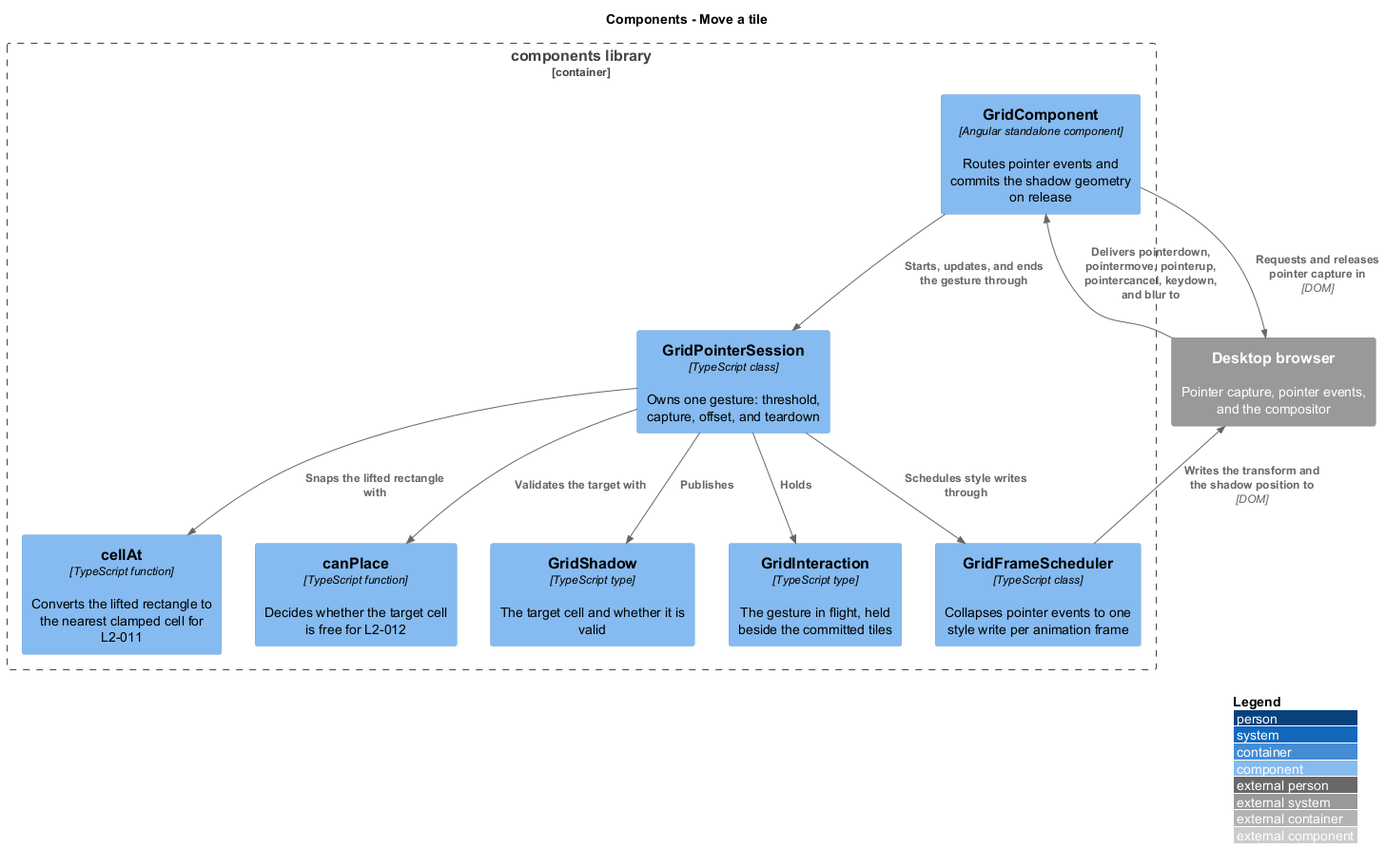
Earlier version of the PlantUML export docs/detailed-designs/tile-interaction/move-a-tile/diagrams/c4-component.png (QuinntyneBrown/qbc-grid). Source of this version:
```plantuml
@startuml
!include <C4/C4_Component>
LAYOUT_WITH_LEGEND()
title Components - Move a tile

Container_Boundary(components, "components library") {
  Component(grid, "GridComponent", "Angular standalone component", "Routes pointer events and commits the shadow geometry on release")
  Component(session, "GridPointerSession", "TypeScript class", "Owns one gesture: threshold, capture, offset, and teardown")
  Component(scheduler, "GridFrameScheduler", "TypeScript class", "Collapses pointer events to one style write per animation frame")
  Component(cellat, "cellAt", "TypeScript function", "Converts the lifted rectangle to the nearest clamped cell for L2-011")
  Component(canplace, "canPlace", "TypeScript function", "Decides whether the target cell is free for L2-012")
  Component(shadow, "GridShadow", "TypeScript type", "The target cell and whether it is valid")
  Component(interaction, "GridInteraction", "TypeScript type", "The gesture in flight, held beside the committed tiles")
}

System_Ext(browser, "Desktop browser", "Pointer capture, pointer events, and the compositor")

Rel(browser, grid, "Delivers pointerdown, pointermove, pointerup, pointercancel, keydown, and blur to")
Rel(grid, session, "Starts, updates, and ends the gesture through")
Rel(session, interaction, "Holds")
Rel(session, scheduler, "Schedules style writes through")
Rel(session, cellat, "Snaps the lifted rectangle with")
Rel(session, canplace, "Validates the target with")
Rel(session, shadow, "Publishes")
Rel(scheduler, browser, "Writes the transform and the shadow position to", "DOM")
Rel(grid, browser, "Requests and releases pointer capture in", "DOM")
@enduml
```
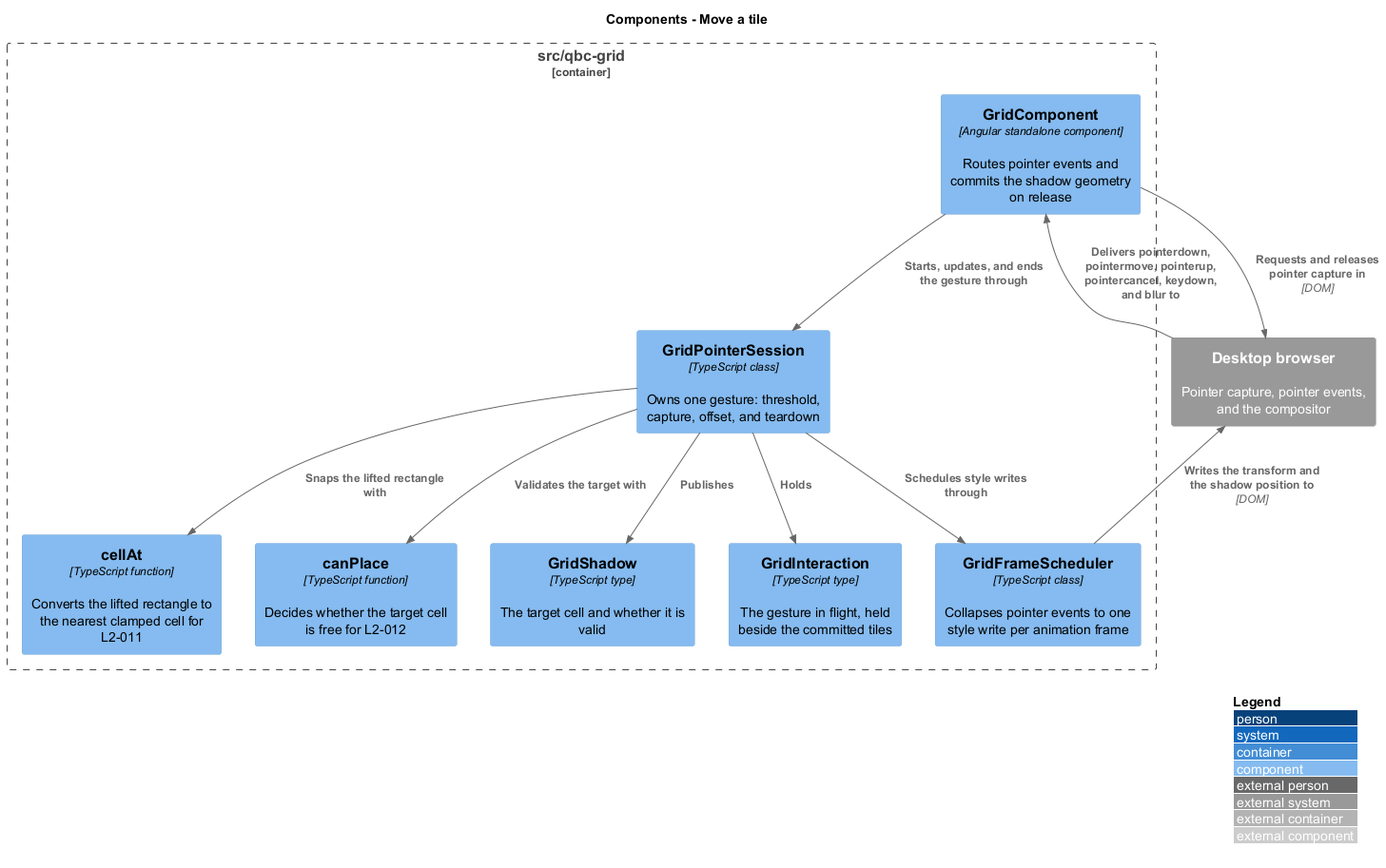
After the change.

Diff of the diagram source:
```diff
@@ -3,7 +3,7 @@
 LAYOUT_WITH_LEGEND()
 title Components - Move a tile
 
-Container_Boundary(components, "components library") {
+Container_Boundary(components, "src/qbc-grid") {
   Component(grid, "GridComponent", "Angular standalone component", "Routes pointer events and commits the shadow geometry on release")
   Component(session, "GridPointerSession", "TypeScript class", "Owns one gesture: threshold, capture, offset, and teardown")
   Component(scheduler, "GridFrameScheduler", "TypeScript class", "Collapses pointer events to one style write per animation frame")
```
